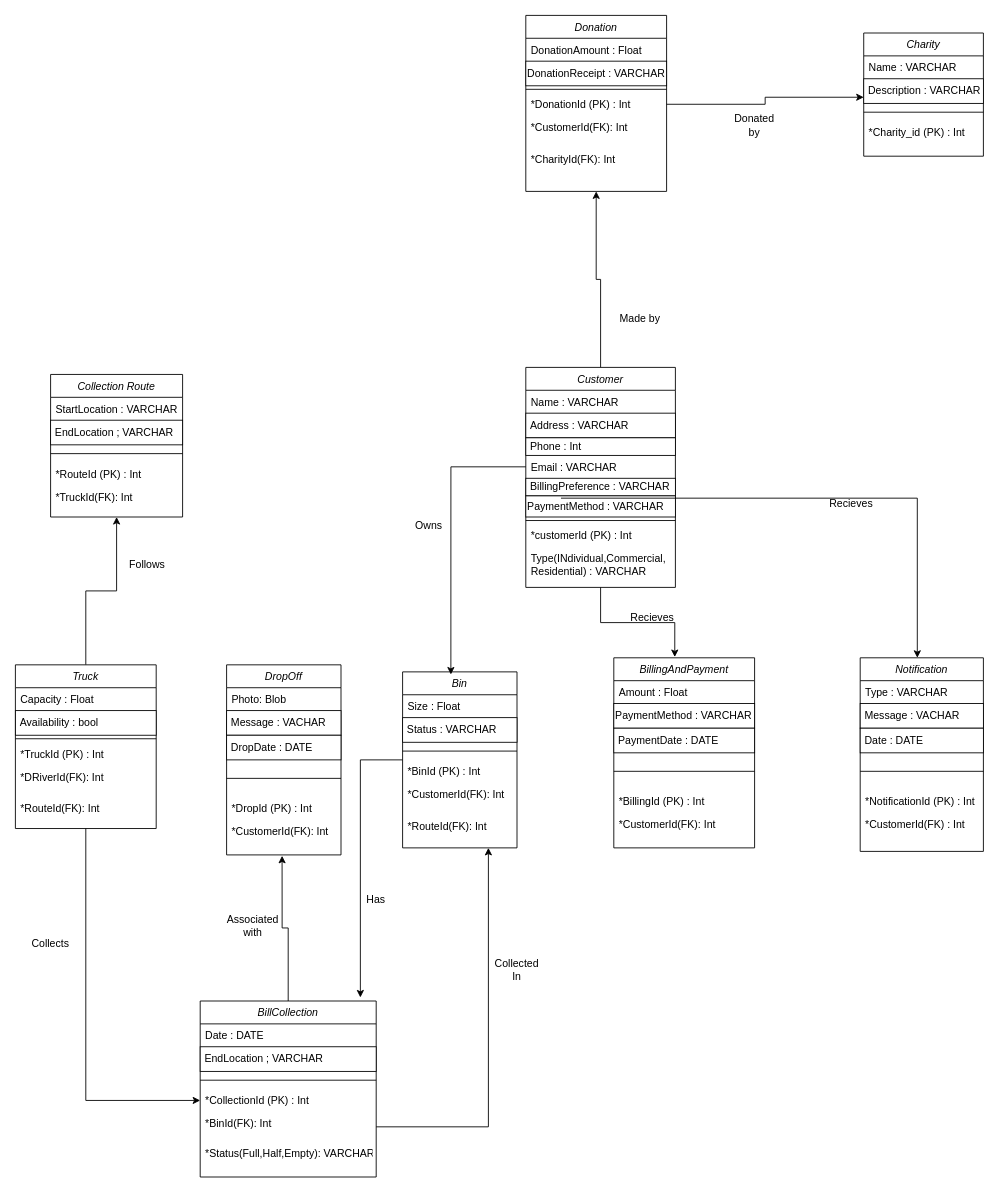
Earlier version of the draw.io diagram recycle4Change-R4C.drawio (levos-snr/recycle4Change-R4C). Source tidied: cells renumbered, new cells numbered last; positions are measured from the earlier drawing's top-left corner, leaving out a move shared by most shapes. Both pictures are drawn from the tidied source at 88%, with x=0, y=0 at pixel (15, 15).
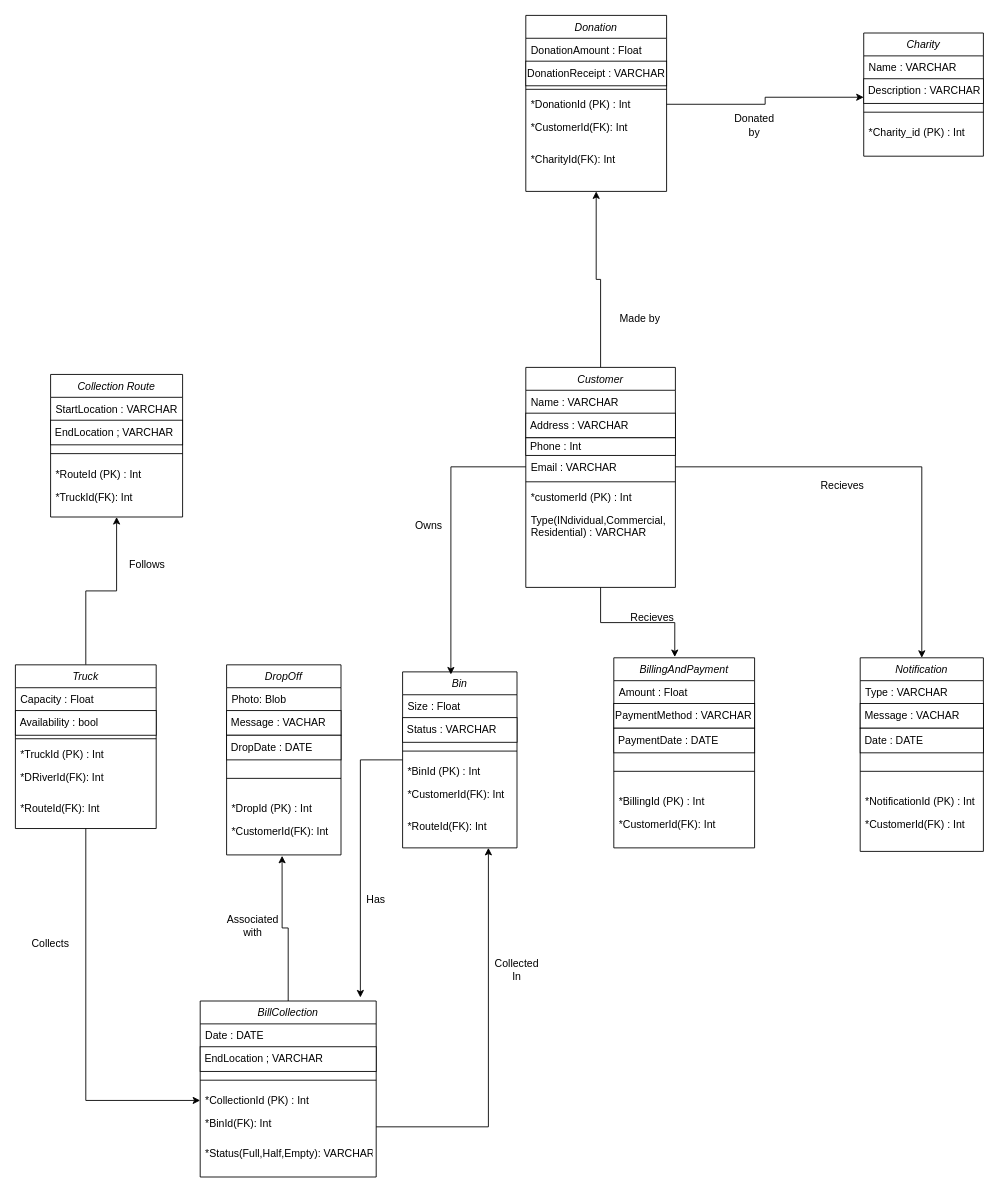
The same page after the edit.

Unchanged cells that the change refers to:
```xml
<mxCell id="3" value="Customer" style="swimlane;fontStyle=2;align=center;verticalAlign=top;horizontal=1;startSize=26;rounded=0;shadow=0;strokeWidth=1;" parent="1" vertex="1">
  <mxGeometry x="580" y="400" width="170" height="250" as="geometry" />
</mxCell>
<mxCell id="7" value="Email : VARCHAR" style="text;align=left;verticalAlign=top;spacingLeft=4;spacingRight=4;overflow=hidden;points=[[0,0.5],[1,0.5]];portConstraint=eastwest;rounded=0;shadow=0;html=0;" parent="3" vertex="1">
  <mxGeometry y="100" width="170" height="26" as="geometry" />
</mxCell>
<mxCell id="46" value="Notification" style="swimlane;fontStyle=2;align=center;verticalAlign=top;horizontal=1;startSize=26;rounded=0;shadow=0;strokeWidth=1;" parent="1" vertex="1">
  <mxGeometry x="960" y="730" width="140" height="220" as="geometry" />
</mxCell>
```

Diff of the diagram source:
```diff
@@
-    <mxCell id="8" value="&amp;nbsp;BillingPreference : VARCHAR" style="rounded=0;whiteSpace=wrap;html=1;align=left;" parent="3" vertex="1">
-      <mxGeometry y="126" width="170" height="20" as="geometry" />
-    </mxCell>
-    <mxCell id="9" value="PaymentMethod : VARCHAR" style="rounded=0;whiteSpace=wrap;html=1;align=left;" parent="3" vertex="1">
-      <mxGeometry y="146" width="170" height="24" as="geometry" />
-    </mxCell>
     <mxCell id="10" style="line;html=1;strokeWidth=1;align=left;verticalAlign=middle;spacingTop=-1;spacingLeft=3;spacingRight=3;labelPosition=right;" parent="3" vertex="1">
-      <mxGeometry y="170" width="170" height="8" as="geometry" />
+      <mxGeometry y="126" width="170" height="8" as="geometry" />
     </mxCell>
     <mxCell id="11" value="*customerId (PK) : Int" style="text;align=left;verticalAlign=top;spacingLeft=4;spacingRight=4;overflow=hidden;" parent="3" vertex="1">
-      <mxGeometry y="178" width="170" height="26" as="geometry" />
+      <mxGeometry y="134" width="170" height="26" as="geometry" />
     </mxCell>
     <mxCell id="12" value="Type(INdividual,Commercial,&#10;Residential) : VARCHAR" style="text;align=left;verticalAlign=top;spacingLeft=4;spacingRight=4;overflow=hidden;" parent="3" vertex="1">
-      <mxGeometry y="204" width="170" height="46" as="geometry" />
+      <mxGeometry y="160" width="170" height="46" as="geometry" />
     </mxCell>
@@
-    <mxCell id="79" style="edgeStyle=orthogonalEdgeStyle;rounded=0;orthogonalLoop=1;jettySize=auto;html=1;entryX=0.678;entryY=-0.012;entryDx=0;entryDy=0;entryPerimeter=0;" parent="1" edge="1">
-      <mxGeometry relative="1" as="geometry">
-        <mxPoint x="620" y="548.6" as="sourcePoint" />
-        <mxPoint x="1024.9" y="730" as="targetPoint" />
-        <Array as="points">
-          <mxPoint x="1025" y="548.6" />
-        </Array>
-      </mxGeometry>
-    </mxCell>
     <mxCell id="80" value="Recieves" style="text;html=1;align=center;verticalAlign=middle;whiteSpace=wrap;rounded=0;" parent="1" vertex="1">
-      <mxGeometry x="920" y="540" width="60" height="30" as="geometry" />
+      <mxGeometry x="910" y="520" width="60" height="30" as="geometry" />
     </mxCell>
@@
+    <mxCell id="92" style="edgeStyle=orthogonalEdgeStyle;rounded=0;jettySize=auto;html=1;entryX=0.5;entryY=0;entryDx=0;entryDy=0;" parent="1" edge="1" source="7" target="46">
+      <mxGeometry relative="1" as="geometry" />
+    </mxCell>
```
